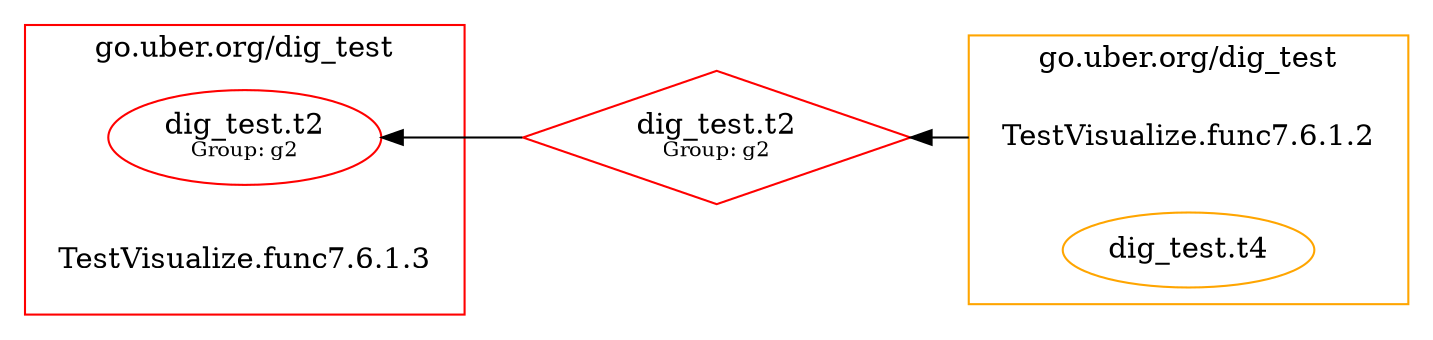
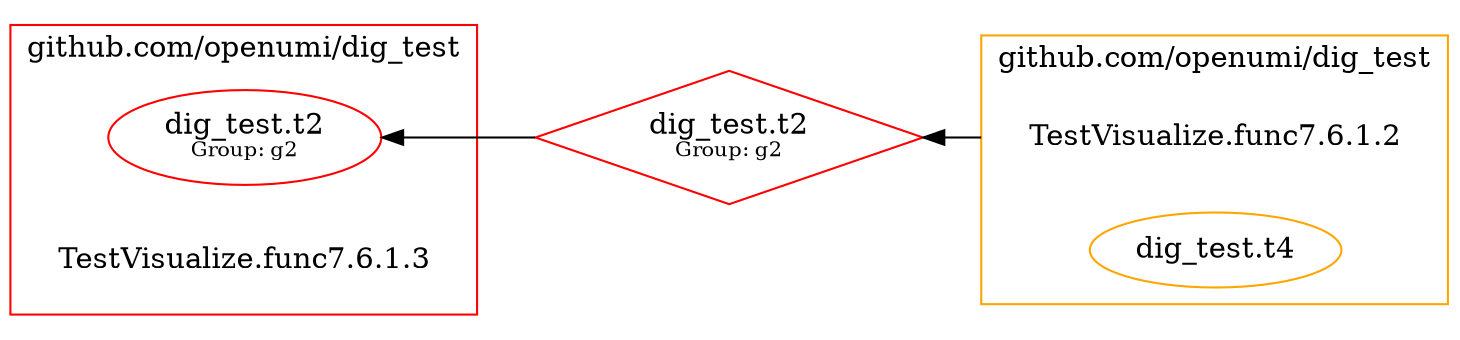
digraph {
	rankdir=RL;
	graph [compound=true];
	"[type=dig_test.t2 group=g2]" [shape=diamond label=<dig_test.t2<BR /><FONT POINT-SIZE="10">Group: g2</FONT>> color=red];
	"[type=dig_test.t2 group=g2]" -> "dig_test.t2[group=g2]1";
	subgraph cluster_0 {
- 		label = "go.uber.org/dig_test";
+ 		label = "github.com/openumi/dig_test";
		constructor_0 [shape=plaintext label="TestVisualize.func7.6.1.2"];
		color=orange;
		"dig_test.t4" [label=<dig_test.t4>];
	}
	constructor_0 -> "[type=dig_test.t2 group=g2]" [ltail=cluster_0];
	subgraph cluster_1 {
- 		label = "go.uber.org/dig_test";
+ 		label = "github.com/openumi/dig_test";
		constructor_1 [shape=plaintext label="TestVisualize.func7.6.1.3"];
		color=red;
		"dig_test.t2[group=g2]1" [label=<dig_test.t2<BR /><FONT POINT-SIZE="10">Group: g2</FONT>>];
	}
	"dig_test.t4" [color=orange];
	"dig_test.t2[group=g2]1" [color=red];
}